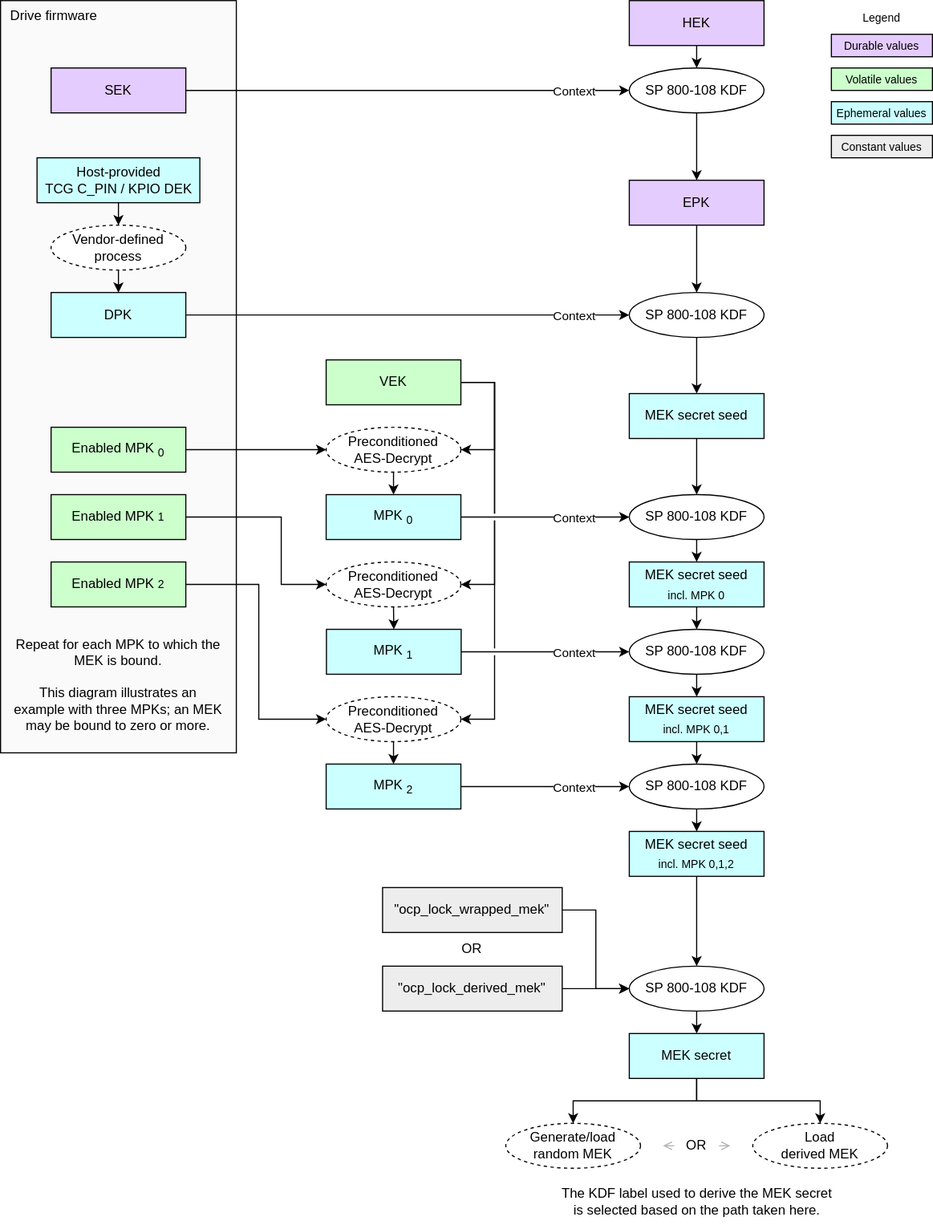
This is doc/ocp_lock/diagrams/mek_secret_derivation.drawio.svg from chipsalliance/Caliptra, a draw.io export, as it was before one commit. Source tidied: cells renumbered, new cells last; positions are measured from the earlier drawing's top-left corner, leaving out a move shared by most shapes.
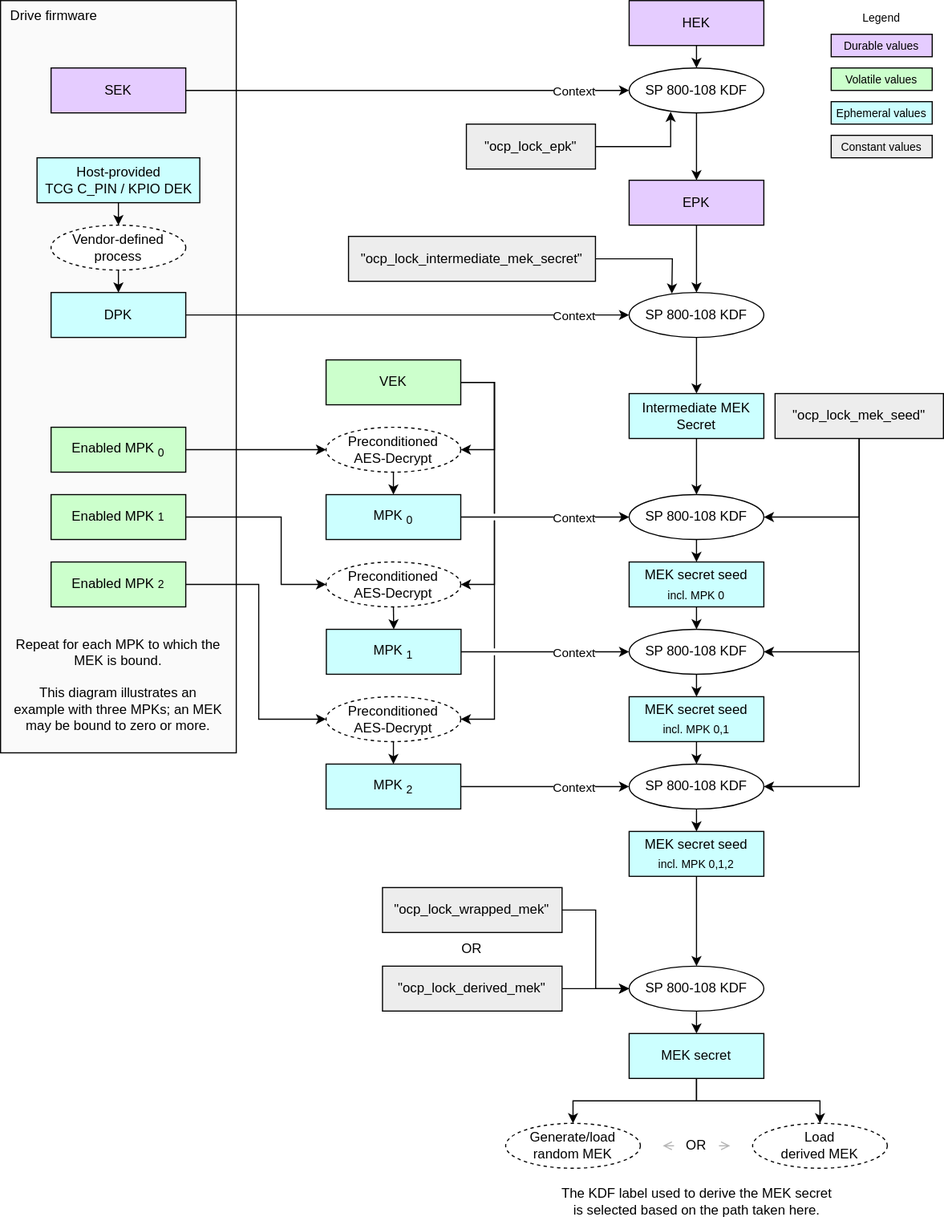
After the commit.

Commit message:
[OCP-LOCK]: Add KDF labels to diagrams (#632)

Change to the diagram source:
```diff
@@ -267,7 +267,7 @@
     <mxCell id="74" value="SP 800-108 KDF" style="ellipse;whiteSpace=wrap;html=1;fillColor=#FFFFFF;" parent="1" vertex="1">
       <mxGeometry x="560" y="260" width="120" height="40" as="geometry" />
     </mxCell>
-    <mxCell id="75" value="&lt;div&gt;&lt;font color=&quot;#000000&quot;&gt;MEK secret seed&lt;/font&gt;&lt;/div&gt;" style="rounded=0;whiteSpace=wrap;html=1;align=center;verticalAlign=middle;shadow=0;glass=0;spacingLeft=0;spacingBottom=0;spacingTop=0;fillColor=#CCFFFF;" parent="1" vertex="1">
+    <mxCell id="75" value="&lt;div&gt;&lt;font color=&quot;#000000&quot;&gt;Intermediate MEK Secret&lt;/font&gt;&lt;/div&gt;" style="rounded=0;whiteSpace=wrap;html=1;align=center;verticalAlign=middle;shadow=0;glass=0;spacingLeft=0;spacingBottom=0;spacingTop=0;fillColor=#CCFFFF;" parent="1" vertex="1">
       <mxGeometry x="560" y="350" width="120" height="40" as="geometry" />
     </mxCell>
     <mxCell id="76" value="&lt;div&gt;&lt;span style=&quot;color: rgb(0, 0, 0);&quot;&gt;The KDF label used to derive the MEK&amp;nbsp;&lt;/span&gt;&lt;span style=&quot;background-color: transparent;&quot;&gt;secret is selected based on the path taken here.&lt;/span&gt;&lt;/div&gt;" style="text;strokeColor=none;align=center;fillColor=none;html=1;verticalAlign=middle;whiteSpace=wrap;rounded=0;" parent="1" vertex="1">
@@ -288,5 +288,31 @@
     <mxCell id="81" value="OR" style="text;strokeColor=none;align=center;fillColor=none;html=1;verticalAlign=middle;whiteSpace=wrap;rounded=0;" parent="1" vertex="1">
       <mxGeometry x="340.2" y="830" width="160" height="30" as="geometry" />
     </mxCell>
+    <mxCell id="82" value="&lt;div&gt;&lt;span style=&quot;background-color: transparent;&quot;&gt;&quot;ocp_lock_epk&quot;&lt;/span&gt;&lt;/div&gt;" style="rounded=0;whiteSpace=wrap;html=1;align=center;verticalAlign=middle;shadow=0;glass=0;spacingLeft=0;spacingBottom=0;spacingTop=0;fillColor=#EDEDED;" parent="1" vertex="1">
+      <mxGeometry x="415" y="110" width="115" height="40" as="geometry" />
+    </mxCell>
+    <mxCell id="83" style="edgeStyle=orthogonalEdgeStyle;html=1;exitX=1;exitY=0.5;exitDx=0;exitDy=0;entryX=0.308;entryY=0.975;entryDx=0;entryDy=0;entryPerimeter=0;rounded=0;curved=0;" parent="1" edge="1" source="82" target="59">
+      <mxGeometry relative="1" as="geometry" />
+    </mxCell>
+    <mxCell id="84" value="&lt;div&gt;&lt;span style=&quot;background-color: transparent;&quot;&gt;&quot;ocp_lock_intermediate_mek_secret&quot;&lt;/span&gt;&lt;/div&gt;" style="rounded=0;whiteSpace=wrap;html=1;align=center;verticalAlign=middle;shadow=0;glass=0;spacingLeft=0;spacingBottom=0;spacingTop=0;fillColor=#EDEDED;" parent="1" vertex="1">
+      <mxGeometry x="310" y="210" width="220" height="40" as="geometry" />
+    </mxCell>
+    <mxCell id="85" style="edgeStyle=orthogonalEdgeStyle;html=1;exitX=0.5;exitY=1;exitDx=0;exitDy=0;entryX=1;entryY=0.5;entryDx=0;entryDy=0;rounded=0;curved=0;" parent="1" edge="1" source="88" target="61">
+      <mxGeometry relative="1" as="geometry" />
+    </mxCell>
+    <mxCell id="86" style="edgeStyle=orthogonalEdgeStyle;html=1;exitX=0.5;exitY=1;exitDx=0;exitDy=0;entryX=1;entryY=0.5;entryDx=0;entryDy=0;rounded=0;curved=0;" parent="1" edge="1" source="88" target="23">
+      <mxGeometry relative="1" as="geometry" />
+    </mxCell>
+    <mxCell id="87" style="edgeStyle=orthogonalEdgeStyle;html=1;exitX=0.5;exitY=1;exitDx=0;exitDy=0;entryX=1;entryY=0.5;entryDx=0;entryDy=0;rounded=0;curved=0;" parent="1" edge="1" source="88" target="15">
+      <mxGeometry relative="1" as="geometry" />
+    </mxCell>
+    <mxCell id="88" value="&lt;span style=&quot;background-color: transparent;&quot;&gt;&quot;ocp_lock_mek_seed&quot;&lt;/span&gt;" style="rounded=0;whiteSpace=wrap;html=1;align=center;verticalAlign=middle;shadow=0;glass=0;spacingLeft=0;spacingBottom=0;spacingTop=0;fillColor=#EDEDED;" parent="1" vertex="1">
+      <mxGeometry x="690" y="350" width="150" height="40" as="geometry" />
+    </mxCell>
+    <mxCell id="89" style="edgeStyle=orthogonalEdgeStyle;html=1;exitX=1;exitY=0.5;exitDx=0;exitDy=0;entryX=0.317;entryY=0.05;entryDx=0;entryDy=0;entryPerimeter=0;rounded=0;curved=0;" parent="1" edge="1" source="84">
+      <mxGeometry relative="1" as="geometry">
+        <mxPoint x="598" y="261" as="targetPoint" />
+      </mxGeometry>
+    </mxCell>
   </root>
 </mxGraphModel>
```
